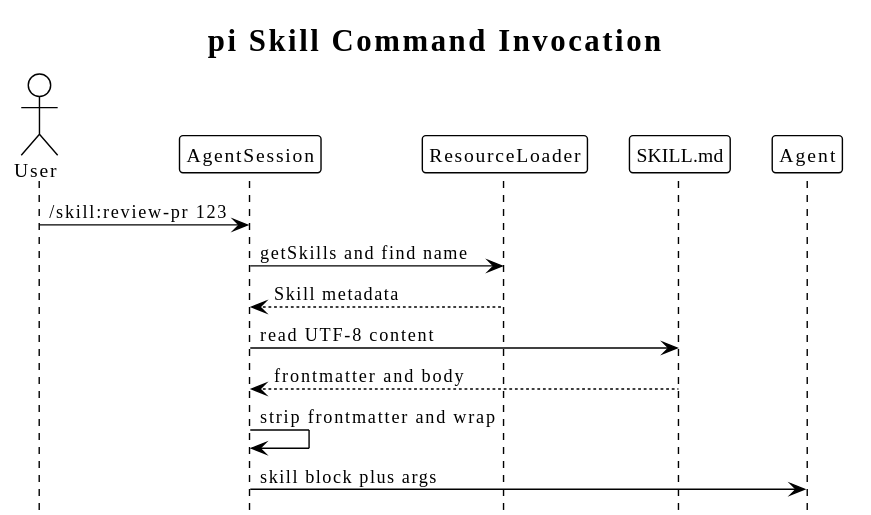
Earlier version of the PlantUML export diagrams/skill-command/03-pi-skill-invocation.svg (superheromeZzh/pi-mono-java-design).
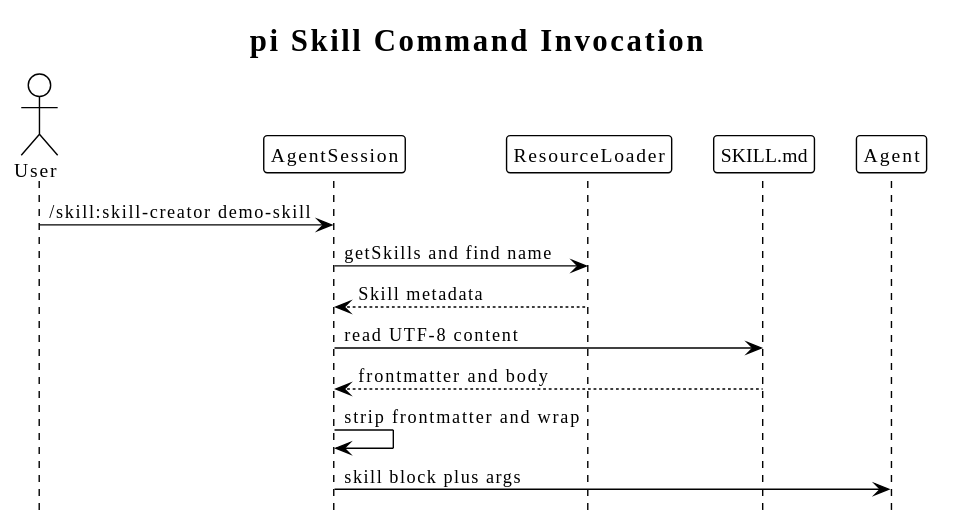
The same file after the commit.

Commit message:
docs(agent): clarify skill command runtime boundary

What changed in the source:
```diff
@@ -13,7 +13,7 @@
 participant SKILL.md as F
 participant Agent as A
 
-U -> S : /skill:review-pr 123
+U -> S : /skill:skill-creator demo-skill
 S -> R : getSkills and find name
 R --> S : Skill metadata
 S -> F : read UTF-8 content
```
